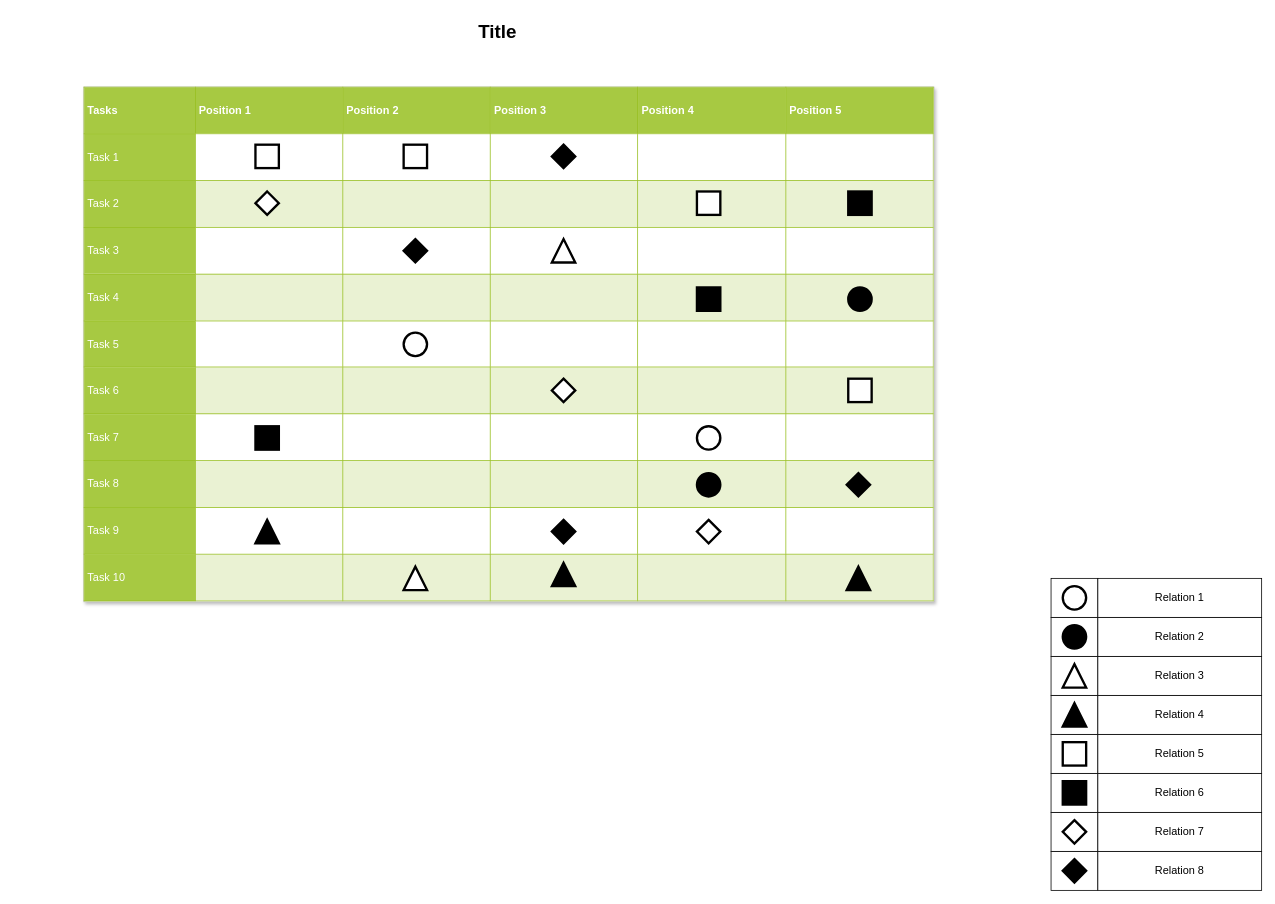
Earlier version of the draw.io diagram Untitled Diagram.drawio (shehbaz12/COAL-). Source tidied: cells renumbered, new cells numbered last; positions are measured from the earlier drawing's top-left corner, leaving out a move shared by most shapes. Both pictures are drawn from the tidied source at 78%, with x=0, y=0 at pixel (83, 16).
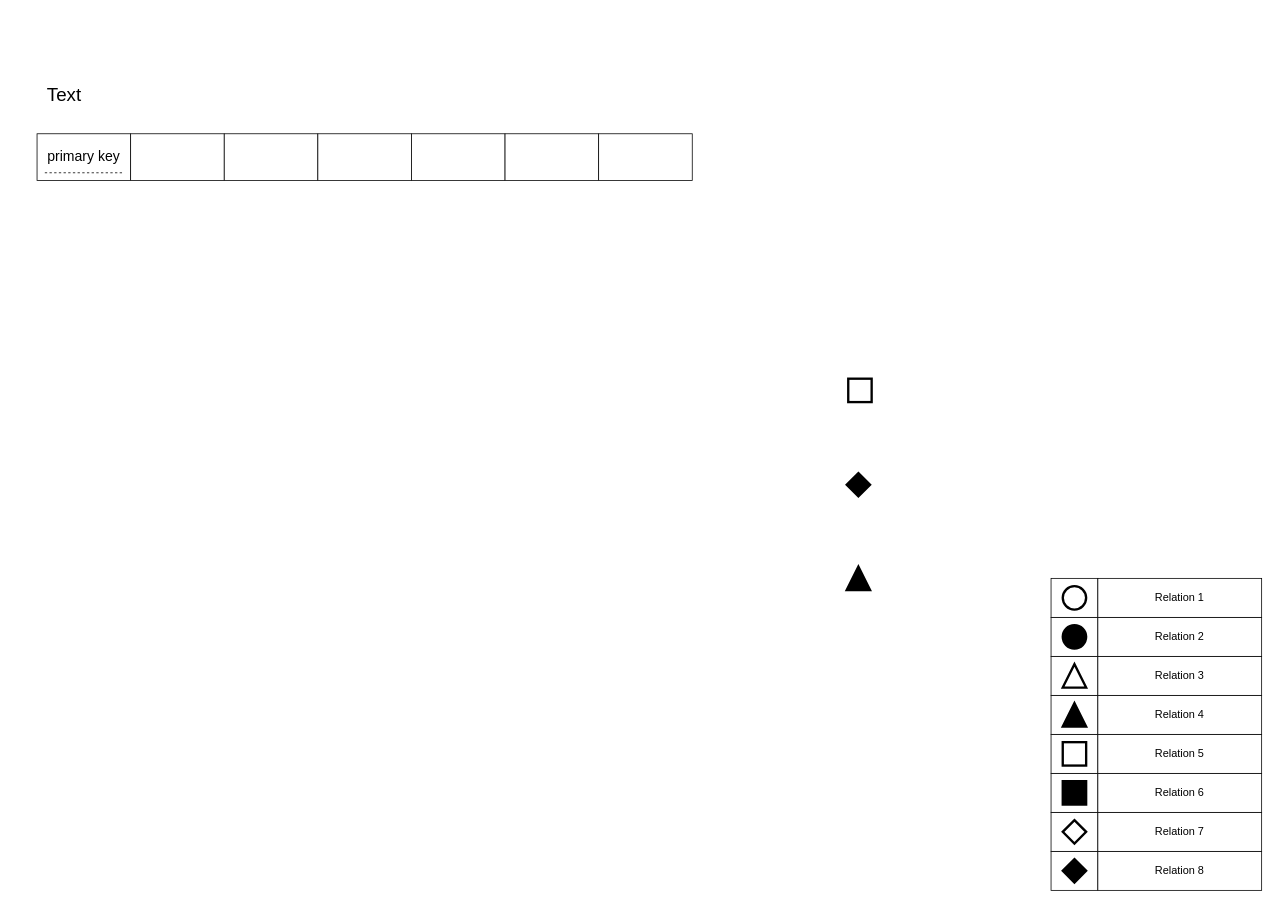
The same page after the edit.

Change to the diagram source:
```diff
@@
-    <mxCell id="19" value="&lt;table border=&quot;1&quot; width=&quot;100%&quot; cellpadding=&quot;4&quot; style=&quot;width: 100% ; height: 100% ; border-collapse: collapse&quot;&gt;&lt;tbody&gt;&lt;tr style=&quot;background-color: #a7c942 ; color: #ffffff ; border: 1px solid #98bf21&quot;&gt;&lt;th&gt;Tasks&lt;/th&gt;&lt;th&gt;Position 1&lt;/th&gt;&lt;th&gt;Position 2&lt;/th&gt;&lt;th&gt;Position 3&lt;/th&gt;&lt;th&gt;Position 4&lt;/th&gt;&lt;th&gt;Position 5&lt;/th&gt;&lt;/tr&gt;&lt;tr style=&quot;border: 1px solid #98bf21&quot;&gt;&lt;td style=&quot;background-color: #a7c942 ; color: #ffffff ; border: 1px solid #98bf21&quot;&gt;Task 1&lt;/td&gt;&lt;td&gt;&lt;/td&gt;&lt;td&gt;&lt;/td&gt;&lt;td&gt;&lt;br&gt;&lt;/td&gt;&lt;td&gt;&lt;br&gt;&lt;/td&gt;&lt;td&gt;&lt;br&gt;&lt;/td&gt;&lt;/tr&gt;&lt;tr style=&quot;background-color: #eaf2d3 ; border: 1px solid #98bf21&quot;&gt;&lt;td style=&quot;background-color: #a7c942 ; color: #ffffff ; border: 1px solid #98bf21&quot;&gt;Task 2&lt;/td&gt;&lt;td&gt;&lt;/td&gt;&lt;td&gt;&lt;/td&gt;&lt;td&gt;&lt;br&gt;&lt;/td&gt;&lt;td&gt;&lt;br&gt;&lt;/td&gt;&lt;td&gt;&lt;br&gt;&lt;/td&gt;&lt;/tr&gt;&lt;tr style=&quot;border: 1px solid #98bf21&quot;&gt;&lt;td style=&quot;background-color: #a7c942 ; color: #ffffff ; border: 1px solid #98bf21&quot;&gt;Task 3&lt;/td&gt;&lt;td&gt;&lt;/td&gt;&lt;td&gt;&lt;/td&gt;&lt;td&gt;&lt;br&gt;&lt;/td&gt;&lt;td&gt;&lt;br&gt;&lt;/td&gt;&lt;td&gt;&lt;br&gt;&lt;/td&gt;&lt;/tr&gt;&lt;tr style=&quot;background-color: #eaf2d3 ; border: 1px solid #98bf21&quot;&gt;&lt;td style=&quot;background-color: #a7c942 ; color: #ffffff ; border: 1px solid #98bf21&quot;&gt;Task 4&lt;/td&gt;&lt;td&gt;&lt;/td&gt;&lt;td&gt;&lt;/td&gt;&lt;td&gt;&lt;br&gt;&lt;/td&gt;&lt;td&gt;&lt;br&gt;&lt;/td&gt;&lt;td&gt;&lt;br&gt;&lt;/td&gt;&lt;/tr&gt;&lt;tr style=&quot;border: 1px solid #98bf21&quot;&gt;&lt;td style=&quot;background-color: #a7c942 ; color: #ffffff ; border: 1px solid #98bf21&quot;&gt;Task 5&lt;br&gt;&lt;/td&gt;&lt;td&gt;&lt;br&gt;&lt;/td&gt;&lt;td&gt;&lt;br&gt;&lt;/td&gt;&lt;td&gt;&lt;br&gt;&lt;/td&gt;&lt;td&gt;&lt;br&gt;&lt;/td&gt;&lt;td&gt;&lt;br&gt;&lt;/td&gt;&lt;/tr&gt;&lt;tr style=&quot;background-color: #eaf2d3 ; border: 1px solid #98bf21&quot;&gt;&lt;td style=&quot;background-color: #a7c942 ; color: #ffffff ; border: 1px solid #98bf21&quot;&gt;Task 6&lt;br&gt;&lt;/td&gt;&lt;td&gt;&lt;br&gt;&lt;/td&gt;&lt;td&gt;&lt;br&gt;&lt;/td&gt;&lt;td&gt;&lt;br&gt;&lt;/td&gt;&lt;td&gt;&lt;br&gt;&lt;/td&gt;&lt;td&gt;&lt;br&gt;&lt;/td&gt;&lt;/tr&gt;&lt;tr style=&quot;border: 1px solid #98bf21&quot;&gt;&lt;td style=&quot;background-color: #a7c942 ; color: #ffffff ; border: 1px solid #98bf21&quot;&gt;Task 7&lt;br&gt;&lt;/td&gt;&lt;td&gt;&lt;br&gt;&lt;/td&gt;&lt;td&gt;&lt;br&gt;&lt;/td&gt;&lt;td&gt;&lt;br&gt;&lt;/td&gt;&lt;td&gt;&lt;br&gt;&lt;/td&gt;&lt;td&gt;&lt;br&gt;&lt;/td&gt;&lt;/tr&gt;&lt;tr style=&quot;background-color: #eaf2d3 ; border: 1px solid #98bf21&quot;&gt;&lt;td style=&quot;background-color: #a7c942 ; color: #ffffff ; border: 1px solid #98bf21&quot;&gt;Task 8&lt;br&gt;&lt;/td&gt;&lt;td&gt;&lt;br&gt;&lt;/td&gt;&lt;td&gt;&lt;br&gt;&lt;/td&gt;&lt;td&gt;&lt;br&gt;&lt;/td&gt;&lt;td&gt;&lt;br&gt;&lt;/td&gt;&lt;td&gt;&lt;br&gt;&lt;/td&gt;&lt;/tr&gt;&lt;tr style=&quot;border: 1px solid #98bf21&quot;&gt;&lt;td style=&quot;background-color: #a7c942 ; color: #ffffff ; border: 1px solid #98bf21&quot;&gt;Task 9&lt;br&gt;&lt;/td&gt;&lt;td&gt;&lt;br&gt;&lt;/td&gt;&lt;td&gt;&lt;br&gt;&lt;/td&gt;&lt;td&gt;&lt;br&gt;&lt;/td&gt;&lt;td&gt;&lt;br&gt;&lt;/td&gt;&lt;td&gt;&lt;br&gt;&lt;/td&gt;&lt;/tr&gt;&lt;tr style=&quot;background-color: #eaf2d3 ; border: 1px solid #98bf21&quot;&gt;&lt;td style=&quot;background-color: #a7c942 ; color: #ffffff ; border: 1px solid #98bf21&quot;&gt;Task 10&lt;br&gt;&lt;/td&gt;&lt;td&gt;&lt;br&gt;&lt;/td&gt;&lt;td&gt;&lt;br&gt;&lt;/td&gt;&lt;td&gt;&lt;br&gt;&lt;/td&gt;&lt;td&gt;&lt;br&gt;&lt;/td&gt;&lt;td&gt;&lt;br&gt;&lt;/td&gt;&lt;/tr&gt;&lt;/tbody&gt;&lt;/table&gt;" style="text;html=1;strokeColor=#c0c0c0;fillColor=#ffffff;overflow=fill;rounded=0;shadow=1;fontSize=14;fontColor=#000000;" parent="1" vertex="1">
-      <mxGeometry y="90" width="1090" height="660" as="geometry" />
-    </mxCell>
-    <mxCell id="20" value="Title" style="text;strokeColor=none;fillColor=none;html=1;fontSize=24;fontStyle=1;verticalAlign=middle;align=center;rounded=0;shadow=1;" parent="1" vertex="1">
-      <mxGeometry x="140" width="780" height="40" as="geometry" />
-    </mxCell>
@@
-    <mxCell id="28" style="ellipse;whiteSpace=wrap;html=1;rounded=0;shadow=0;strokeWidth=3;fontSize=14;" parent="1" vertex="1">
-      <mxGeometry x="786" y="525" width="30" height="30" as="geometry" />
-    </mxCell>
-    <mxCell id="29" style="ellipse;whiteSpace=wrap;html=1;rounded=0;shadow=0;strokeWidth=3;fontSize=14;" parent="1" vertex="1">
-      <mxGeometry x="410" y="405" width="30" height="30" as="geometry" />
-    </mxCell>
-    <mxCell id="30" style="ellipse;whiteSpace=wrap;html=1;rounded=0;shadow=0;strokeWidth=3;fontSize=14;fillColor=#000000;" parent="1" vertex="1">
-      <mxGeometry x="980" y="347" width="30" height="30" as="geometry" />
-    </mxCell>
-    <mxCell id="31" style="ellipse;whiteSpace=wrap;html=1;rounded=0;shadow=0;strokeWidth=3;fontSize=14;fillColor=#000000;" parent="1" vertex="1">
-      <mxGeometry x="786" y="585" width="30" height="30" as="geometry" />
-    </mxCell>
-    <mxCell id="32" style="triangle;whiteSpace=wrap;html=1;rounded=0;shadow=0;strokeWidth=3;fontSize=14;direction=north;" parent="1" vertex="1">
-      <mxGeometry x="410" y="705" width="30" height="30" as="geometry" />
-    </mxCell>
-    <mxCell id="33" style="triangle;whiteSpace=wrap;html=1;rounded=0;shadow=0;strokeWidth=3;fontSize=14;direction=north;" parent="1" vertex="1">
-      <mxGeometry x="600" y="285" width="30" height="30" as="geometry" />
-    </mxCell>
@@
-    <mxCell id="35" style="triangle;whiteSpace=wrap;html=1;rounded=0;shadow=0;strokeWidth=3;fillColor=#000000;fontSize=14;direction=north;" parent="1" vertex="1">
-      <mxGeometry x="600" y="700" width="30" height="30" as="geometry" />
-    </mxCell>
-    <mxCell id="36" style="triangle;whiteSpace=wrap;html=1;rounded=0;shadow=0;strokeWidth=3;fillColor=#000000;fontSize=14;direction=north;" parent="1" vertex="1">
-      <mxGeometry x="220" y="645" width="30" height="30" as="geometry" />
-    </mxCell>
-    <mxCell id="37" style="whiteSpace=wrap;html=1;rounded=0;shadow=0;strokeWidth=3;fontSize=14;" parent="1" vertex="1">
-      <mxGeometry x="220" y="164" width="30" height="30" as="geometry" />
-    </mxCell>
-    <mxCell id="38" style="whiteSpace=wrap;html=1;rounded=0;shadow=0;strokeWidth=3;fontSize=14;" parent="1" vertex="1">
-      <mxGeometry x="410" y="164" width="30" height="30" as="geometry" />
-    </mxCell>
-    <mxCell id="39" style="whiteSpace=wrap;html=1;rounded=0;shadow=0;strokeWidth=3;fontSize=14;" parent="1" vertex="1">
-      <mxGeometry x="786" y="224" width="30" height="30" as="geometry" />
-    </mxCell>
@@
-    <mxCell id="41" style="whiteSpace=wrap;html=1;rounded=0;shadow=0;strokeWidth=3;fillColor=#000000;fontSize=14;" parent="1" vertex="1">
-      <mxGeometry x="220" y="525" width="30" height="30" as="geometry" />
-    </mxCell>
-    <mxCell id="42" style="whiteSpace=wrap;html=1;rounded=0;shadow=0;strokeWidth=3;fillColor=#000000;fontSize=14;" parent="1" vertex="1">
-      <mxGeometry x="786" y="347" width="30" height="30" as="geometry" />
-    </mxCell>
-    <mxCell id="43" style="whiteSpace=wrap;html=1;rounded=0;shadow=0;strokeWidth=3;fillColor=#000000;fontSize=14;" parent="1" vertex="1">
-      <mxGeometry x="980" y="224" width="30" height="30" as="geometry" />
-    </mxCell>
-    <mxCell id="44" style="rhombus;whiteSpace=wrap;html=1;rounded=0;shadow=0;strokeWidth=3;fontSize=14;" parent="1" vertex="1">
-      <mxGeometry x="600" y="464" width="30" height="30" as="geometry" />
-    </mxCell>
-    <mxCell id="45" style="rhombus;whiteSpace=wrap;html=1;rounded=0;shadow=0;strokeWidth=3;fontSize=14;" parent="1" vertex="1">
-      <mxGeometry x="220" y="224" width="30" height="30" as="geometry" />
-    </mxCell>
-    <mxCell id="46" style="rhombus;whiteSpace=wrap;html=1;rounded=0;shadow=0;strokeWidth=3;fontSize=14;" parent="1" vertex="1">
-      <mxGeometry x="786" y="645" width="30" height="30" as="geometry" />
-    </mxCell>
@@
-    <mxCell id="48" style="rhombus;whiteSpace=wrap;html=1;rounded=0;shadow=0;strokeWidth=3;fillColor=#000000;fontSize=14;" parent="1" vertex="1">
-      <mxGeometry x="410" y="285" width="30" height="30" as="geometry" />
-    </mxCell>
-    <mxCell id="49" style="rhombus;whiteSpace=wrap;html=1;rounded=0;shadow=0;strokeWidth=3;fillColor=#000000;fontSize=14;" parent="1" vertex="1">
-      <mxGeometry x="600" y="164" width="30" height="30" as="geometry" />
-    </mxCell>
-    <mxCell id="50" style="rhombus;whiteSpace=wrap;html=1;rounded=0;shadow=0;strokeWidth=3;fillColor=#000000;fontSize=14;" parent="1" vertex="1">
-      <mxGeometry x="600" y="645" width="30" height="30" as="geometry" />
-    </mxCell>
+    <mxCell id="51" value="&lt;font style=&quot;font-size: 18px;&quot;&gt;primary key&lt;/font&gt;" style="rounded=0;whiteSpace=wrap;html=1;" parent="1" vertex="1">
+      <mxGeometry x="-60" y="150" width="120" height="60" as="geometry" />
+    </mxCell>
+    <mxCell id="52" style="rounded=0;whiteSpace=wrap;html=1;" parent="1" vertex="1">
+      <mxGeometry x="60" y="150" width="120" height="60" as="geometry" />
+    </mxCell>
+    <mxCell id="53" style="rounded=0;whiteSpace=wrap;html=1;" parent="1" vertex="1">
+      <mxGeometry x="180" y="150" width="120" height="60" as="geometry" />
+    </mxCell>
+    <mxCell id="54" style="rounded=0;whiteSpace=wrap;html=1;" parent="1" vertex="1">
+      <mxGeometry x="300" y="150" width="120" height="60" as="geometry" />
+    </mxCell>
+    <mxCell id="55" style="rounded=0;whiteSpace=wrap;html=1;" parent="1" vertex="1">
+      <mxGeometry x="420" y="150" width="120" height="60" as="geometry" />
+    </mxCell>
+    <mxCell id="56" style="rounded=0;whiteSpace=wrap;html=1;" parent="1" vertex="1">
+      <mxGeometry x="540" y="150" width="120" height="60" as="geometry" />
+    </mxCell>
+    <mxCell id="57" style="rounded=0;whiteSpace=wrap;html=1;" parent="1" vertex="1">
+      <mxGeometry x="660" y="150" width="120" height="60" as="geometry" />
+    </mxCell>
+    <mxCell id="58" value="&lt;font style=&quot;font-size: 24px;&quot;&gt;Text&lt;/font&gt;" style="text;html=1;align=center;verticalAlign=middle;whiteSpace=wrap;rounded=0;" parent="1" vertex="1">
+      <mxGeometry x="-90" y="70" width="130" height="60" as="geometry" />
+    </mxCell>
+    <mxCell id="59" style="endArrow=none;dashed=1;html=1;rounded=0;exitX=0.083;exitY=0.833;exitDx=0;exitDy=0;exitPerimeter=0;" parent="1" edge="1" source="51">
+      <mxGeometry relative="1" as="geometry">
+        <mxPoint x="50" y="200" as="targetPoint" />
+        <Array as="points">
+          <mxPoint x="10" y="200" />
+        </Array>
+      </mxGeometry>
+    </mxCell>
```
